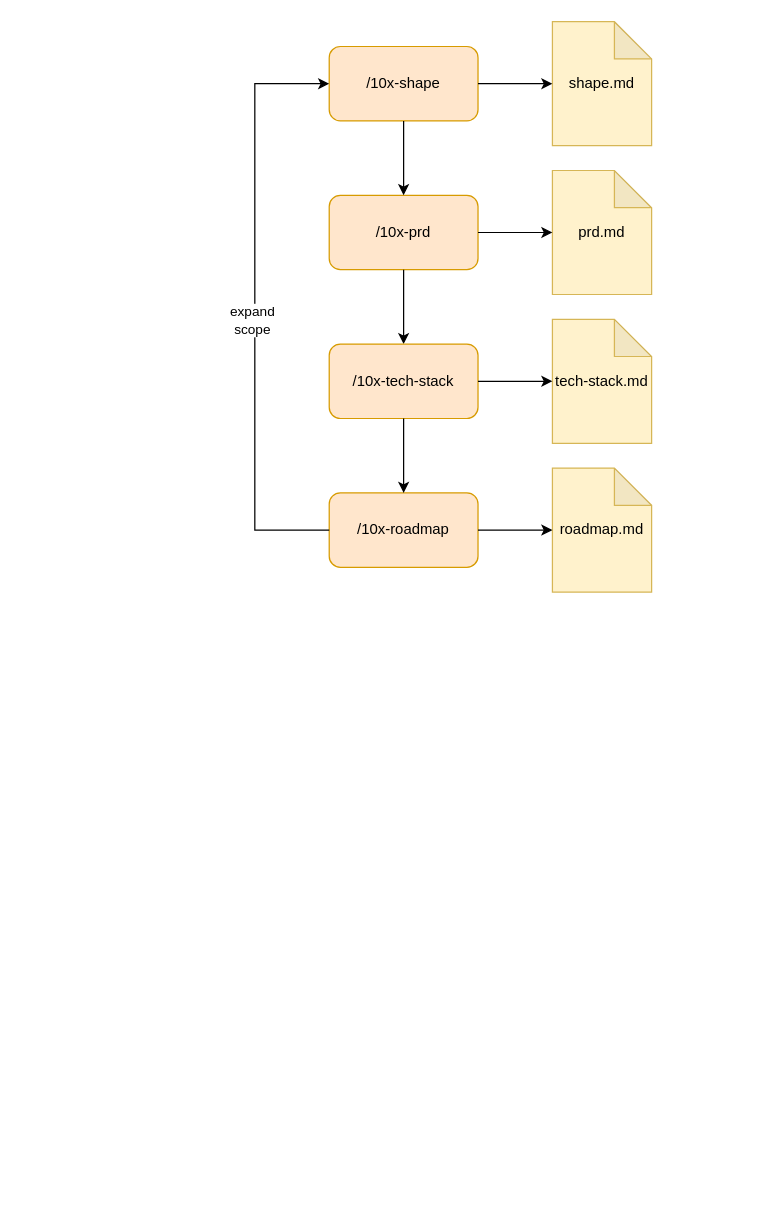
Before: docs/reference/skills flows.drawio in pdrozdowski/MilkyWayTrader, a draw.io diagram. Source tidied: cells renumbered, new cells numbered last; positions are measured from the earlier drawing's top-left corner, leaving out a move shared by most shapes. Both pictures are drawn from the tidied source at 124%, with x=0, y=0 at pixel (254, 21).
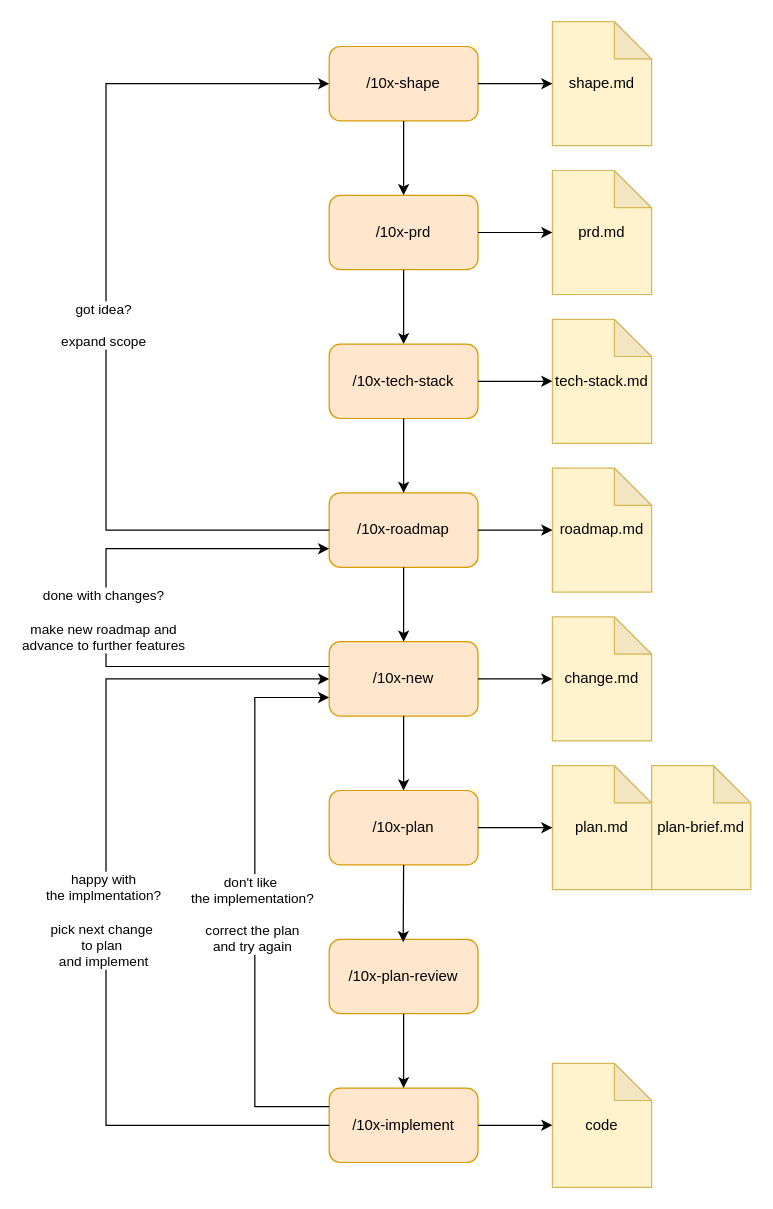
The same diagram, later.

The change refers to these unchanged cells:
```xml
<mxCell id="2" value="/10x-shape" style="rounded=1;whiteSpace=wrap;html=1;fillColor=#ffe6cc;strokeColor=#d79b00;" parent="1" vertex="1">
  <mxGeometry x="60" y="20" width="120" height="60" as="geometry" />
</mxCell>
<mxCell id="4" value="/10x-roadmap" style="rounded=1;whiteSpace=wrap;html=1;fillColor=#ffe6cc;strokeColor=#d79b00;" parent="1" vertex="1">
  <mxGeometry x="60" y="380" width="120" height="60" as="geometry" />
</mxCell>
```

What changed in the source:
```diff
@@
     <mxCell id="13" style="endArrow=classic;html=1;rounded=0;entryX=0;entryY=0.5;entryDx=0;entryDy=0;exitX=0;exitY=0.5;exitDx=0;exitDy=0;" parent="1" edge="1" source="4" target="2">
       <mxGeometry relative="1" as="geometry">
         <Array as="points">
-          <mxPoint y="410" />
-          <mxPoint y="50" />
+          <mxPoint x="-120" y="410" />
+          <mxPoint x="-120" y="50" />
         </Array>
       </mxGeometry>
     </mxCell>
-    <mxCell id="14" value="expand&lt;div&gt;scope&lt;/div&gt;" style="edgeLabel;html=1;align=center;verticalAlign=middle;" parent="13" vertex="1">
+    <mxCell id="14" value="&lt;div&gt;got idea?&lt;/div&gt;&lt;div&gt;&lt;br&gt;&lt;/div&gt;expand&amp;nbsp;&lt;span style=&quot;background-color: light-dark(#ffffff, var(--ge-dark-color, #121212)); color: light-dark(rgb(0, 0, 0), rgb(255, 255, 255));&quot;&gt;scope&lt;/span&gt;" style="edgeLabel;html=1;align=center;verticalAlign=middle;" parent="13" vertex="1">
       <mxGeometry x="-0.04" y="3" relative="1" as="geometry" />
     </mxCell>
@@
+    <mxCell id="19" value="/10x-new" style="rounded=1;whiteSpace=wrap;html=1;fillColor=#ffe6cc;strokeColor=#d79b00;" parent="1" vertex="1">
+      <mxGeometry x="60" y="500" width="120" height="60" as="geometry" />
+    </mxCell>
+    <mxCell id="20" value="/10x-plan" style="rounded=1;whiteSpace=wrap;html=1;fillColor=#ffe6cc;strokeColor=#d79b00;" parent="1" vertex="1">
+      <mxGeometry x="60" y="620" width="120" height="60" as="geometry" />
+    </mxCell>
+    <mxCell id="21" value="/10x-plan-review" style="rounded=1;whiteSpace=wrap;html=1;fillColor=#ffe6cc;strokeColor=#d79b00;" parent="1" vertex="1">
+      <mxGeometry x="60" y="740" width="120" height="60" as="geometry" />
+    </mxCell>
+    <mxCell id="22" style="endArrow=classic;html=1;rounded=0;exitX=0.5;exitY=1;exitDx=0;exitDy=0;entryX=0.5;entryY=0;entryDx=0;entryDy=0;" parent="1" edge="1" source="4" target="19">
+      <mxGeometry relative="1" as="geometry" />
+    </mxCell>
+    <mxCell id="23" style="endArrow=classic;html=1;rounded=0;entryX=0.5;entryY=0;entryDx=0;entryDy=0;exitX=0.5;exitY=1;exitDx=0;exitDy=0;" parent="1" edge="1" source="19" target="20">
+      <mxGeometry relative="1" as="geometry" />
+    </mxCell>
+    <mxCell id="24" style="endArrow=classic;html=1;rounded=0;exitX=0.5;exitY=1;exitDx=0;exitDy=0;entryX=0.497;entryY=0.039;entryDx=0;entryDy=0;entryPerimeter=0;" parent="1" edge="1" source="20" target="21">
+      <mxGeometry relative="1" as="geometry" />
+    </mxCell>
+    <mxCell id="25" value="plan.md" style="shape=note;whiteSpace=wrap;html=1;backgroundOutline=1;darkOpacity=0.05;fillColor=#fff2cc;strokeColor=#d6b656;" parent="1" vertex="1">
+      <mxGeometry x="240" y="600" width="80" height="100" as="geometry" />
+    </mxCell>
+    <mxCell id="26" value="plan-brief.md" style="shape=note;whiteSpace=wrap;html=1;backgroundOutline=1;darkOpacity=0.05;fillColor=#fff2cc;strokeColor=#d6b656;" parent="1" vertex="1">
+      <mxGeometry x="320" y="600" width="80" height="100" as="geometry" />
+    </mxCell>
+    <mxCell id="27" style="endArrow=classic;html=1;rounded=0;exitX=1;exitY=0.5;exitDx=0;exitDy=0;entryX=0;entryY=0.5;entryDx=0;entryDy=0;entryPerimeter=0;" parent="1" edge="1" source="20" target="25">
+      <mxGeometry relative="1" as="geometry" />
+    </mxCell>
+    <mxCell id="28" value="change&lt;span style=&quot;background-color: transparent; color: light-dark(rgb(0, 0, 0), rgb(255, 255, 255));&quot;&gt;.md&lt;/span&gt;" style="shape=note;whiteSpace=wrap;html=1;backgroundOutline=1;darkOpacity=0.05;fillColor=#fff2cc;strokeColor=#d6b656;" parent="1" vertex="1">
+      <mxGeometry x="240" y="480" width="80" height="100" as="geometry" />
+    </mxCell>
+    <mxCell id="29" style="endArrow=classic;html=1;rounded=0;exitX=1;exitY=0.5;exitDx=0;exitDy=0;entryX=0;entryY=0.5;entryDx=0;entryDy=0;entryPerimeter=0;" parent="1" edge="1" source="19" target="28">
+      <mxGeometry relative="1" as="geometry" />
+    </mxCell>
+    <mxCell id="30" value="/10x-implement" style="rounded=1;whiteSpace=wrap;html=1;fillColor=#ffe6cc;strokeColor=#d79b00;" parent="1" vertex="1">
+      <mxGeometry x="60" y="860" width="120" height="60" as="geometry" />
+    </mxCell>
+    <mxCell id="31" style="endArrow=classic;html=1;rounded=0;exitX=0.5;exitY=1;exitDx=0;exitDy=0;entryX=0.5;entryY=0;entryDx=0;entryDy=0;" parent="1" edge="1" source="21" target="30">
+      <mxGeometry relative="1" as="geometry" />
+    </mxCell>
+    <mxCell id="32" style="endArrow=classic;html=1;rounded=0;entryX=0;entryY=0.5;entryDx=0;entryDy=0;exitX=0;exitY=0.5;exitDx=0;exitDy=0;" parent="1" edge="1">
+      <mxGeometry relative="1" as="geometry">
+        <mxPoint x="60" y="890" as="sourcePoint" />
+        <mxPoint x="60" y="530" as="targetPoint" />
+        <Array as="points">
+          <mxPoint y="890" />
+          <mxPoint x="-120" y="890" />
+          <mxPoint x="-120" y="530" />
+        </Array>
+      </mxGeometry>
+    </mxCell>
+    <mxCell id="33" value="&lt;div&gt;happy with&lt;/div&gt;&lt;div&gt;the implmentation?&lt;/div&gt;&lt;div&gt;&lt;br&gt;&lt;/div&gt;pick next change&amp;nbsp;&lt;div&gt;to&amp;nbsp;&lt;span style=&quot;background-color: light-dark(#ffffff, var(--ge-dark-color, #121212)); color: light-dark(rgb(0, 0, 0), rgb(255, 255, 255));&quot;&gt;plan&amp;nbsp;&lt;/span&gt;&lt;/div&gt;&lt;div&gt;&lt;span style=&quot;background-color: light-dark(#ffffff, var(--ge-dark-color, #121212)); color: light-dark(rgb(0, 0, 0), rgb(255, 255, 255));&quot;&gt;and implement&lt;/span&gt;&lt;/div&gt;" style="edgeLabel;html=1;align=center;verticalAlign=middle;" parent="32" vertex="1">
+      <mxGeometry x="-0.04" y="3" relative="1" as="geometry" />
+    </mxCell>
+    <mxCell id="34" value="code" style="shape=note;whiteSpace=wrap;html=1;backgroundOutline=1;darkOpacity=0.05;fillColor=#fff2cc;strokeColor=#d6b656;" parent="1" vertex="1">
+      <mxGeometry x="240" y="840" width="80" height="100" as="geometry" />
+    </mxCell>
+    <mxCell id="35" style="endArrow=classic;html=1;rounded=0;exitX=1;exitY=0.5;exitDx=0;exitDy=0;entryX=0;entryY=0.5;entryDx=0;entryDy=0;entryPerimeter=0;" parent="1" edge="1" source="30" target="34">
+      <mxGeometry relative="1" as="geometry" />
+    </mxCell>
+    <mxCell id="36" style="endArrow=classic;html=1;rounded=0;entryX=0;entryY=0.75;entryDx=0;entryDy=0;exitX=0;exitY=0.25;exitDx=0;exitDy=0;" parent="1" edge="1" source="30" target="19">
+      <mxGeometry relative="1" as="geometry">
+        <Array as="points">
+          <mxPoint y="875" />
+          <mxPoint y="720" />
+          <mxPoint y="545" />
+        </Array>
+      </mxGeometry>
+    </mxCell>
+    <mxCell id="37" value="don't like&amp;nbsp;&lt;div&gt;the implementation?&lt;/div&gt;&lt;div&gt;&lt;br&gt;&lt;/div&gt;&lt;div&gt;correct the plan&lt;/div&gt;&lt;div&gt;and try again&lt;/div&gt;" style="edgeLabel;html=1;align=center;verticalAlign=middle;" parent="36" vertex="1">
+      <mxGeometry x="-0.04" y="3" relative="1" as="geometry" />
+    </mxCell>
+    <mxCell id="38" style="endArrow=classic;html=1;rounded=0;entryX=0;entryY=0.75;entryDx=0;entryDy=0;exitX=0;exitY=0.5;exitDx=0;exitDy=0;" parent="1" edge="1" target="4">
+      <mxGeometry relative="1" as="geometry">
+        <mxPoint x="60" y="520" as="sourcePoint" />
+        <Array as="points">
+          <mxPoint y="520" />
+          <mxPoint x="-120" y="520" />
+          <mxPoint x="-120" y="425" />
+        </Array>
+      </mxGeometry>
+    </mxCell>
+    <mxCell id="39" value="&lt;div&gt;&lt;span style=&quot;background-color: light-dark(#ffffff, var(--ge-dark-color, #121212)); color: light-dark(rgb(0, 0, 0), rgb(255, 255, 255));&quot;&gt;done with changes?&lt;/span&gt;&lt;/div&gt;&lt;div&gt;&lt;br&gt;&lt;/div&gt;make new roadmap and&lt;div&gt;advance to further features&lt;/div&gt;" style="edgeLabel;html=1;align=center;verticalAlign=middle;" parent="38" vertex="1">
+      <mxGeometry x="-0.04" y="3" relative="1" as="geometry" />
+    </mxCell>
```
